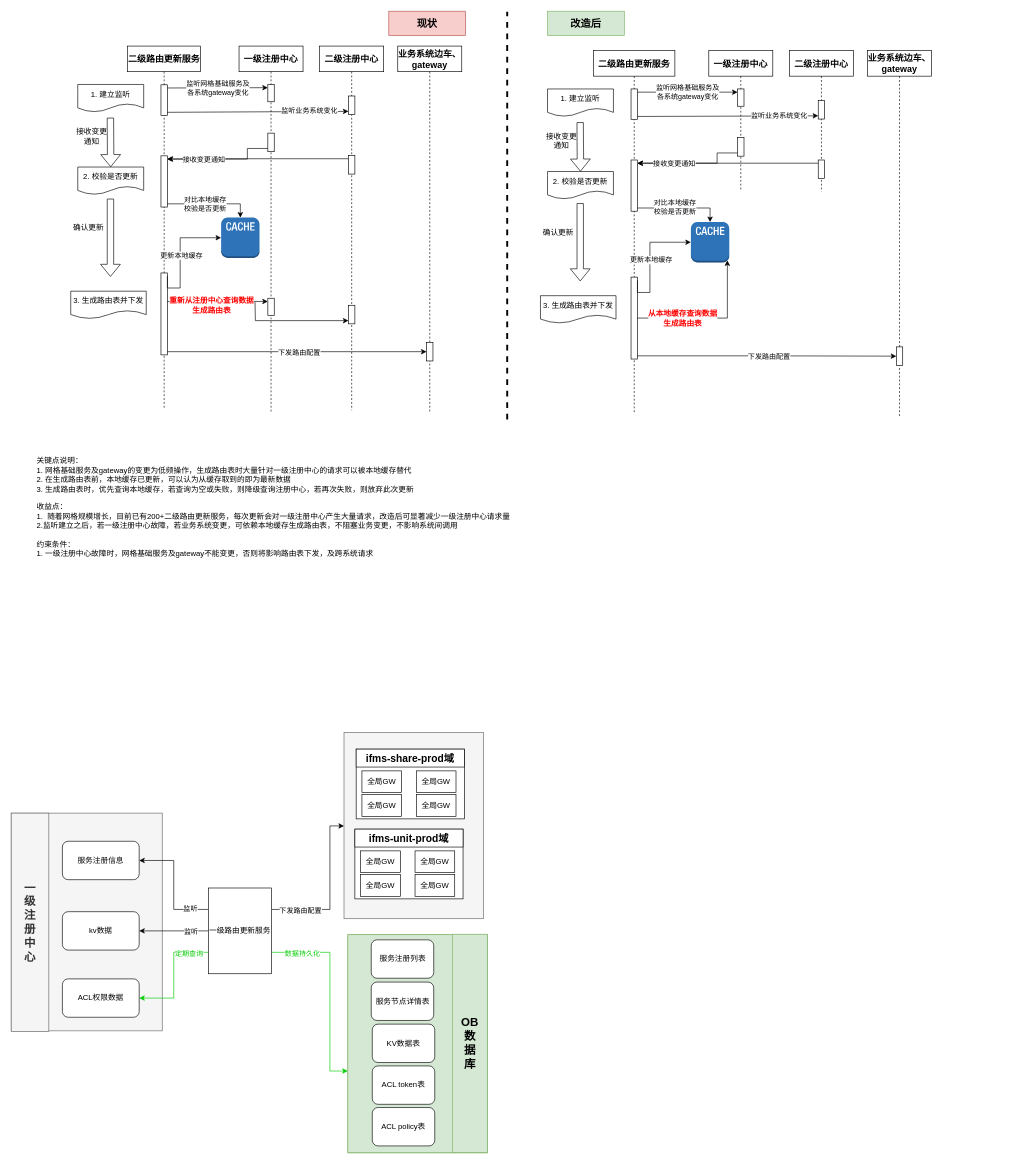
Earlier version of the draw.io diagram 二级xds与中央consul解耦.drawio (pbxnn/draw). Source tidied: cells renumbered, new cells numbered last; positions are measured from the earlier drawing's top-left corner, leaving out a move shared by most shapes. Both pictures are drawn from the tidied source at 64%, with x=0, y=0 at pixel (11, 11).
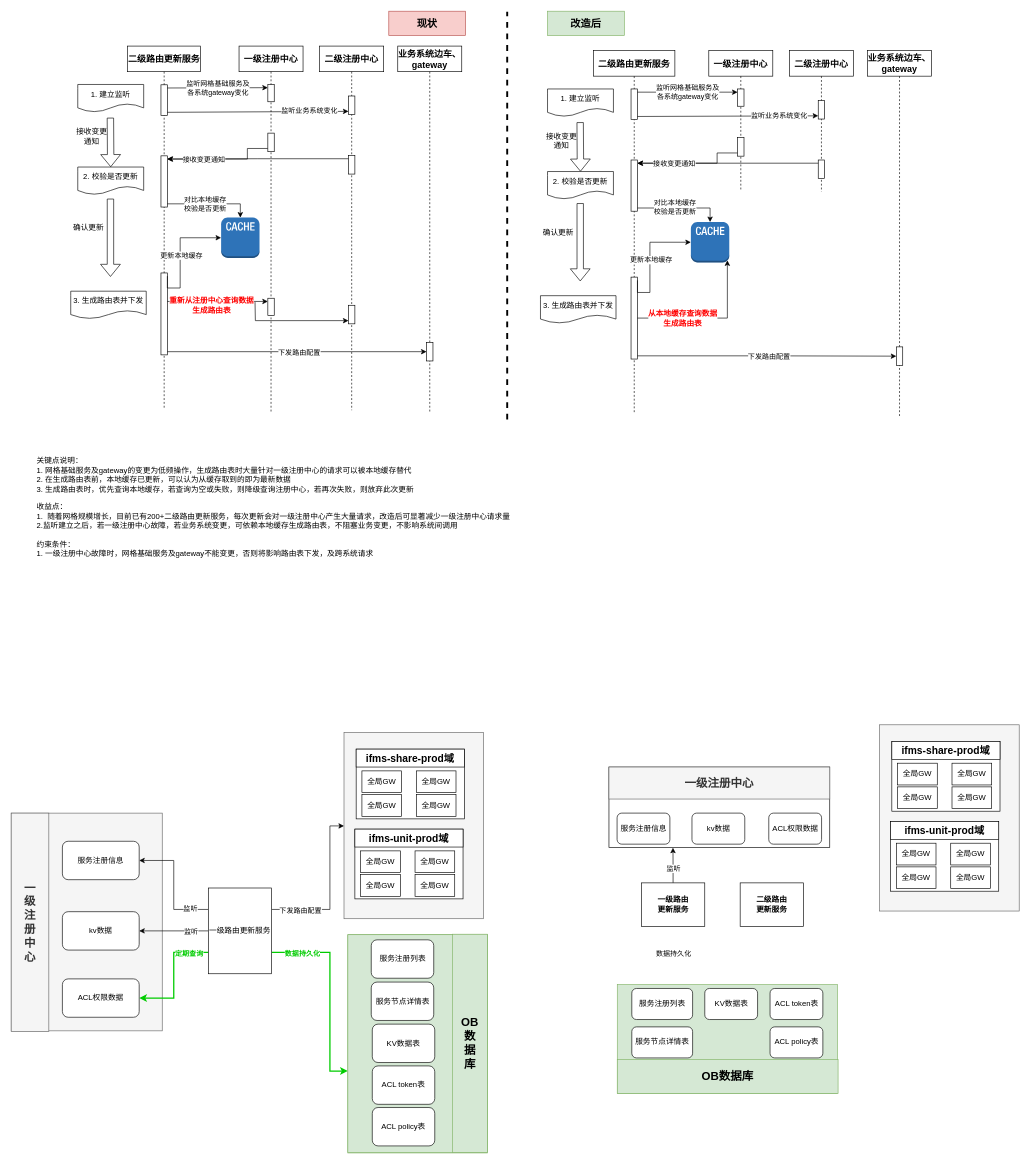
Above is the later version.

Commit message:
更新二级xds与中央consul解耦.drawio

Unchanged cells that the change refers to:
```xml
<mxCell id="8" value="ACL权限数据" style="rounded=1;whiteSpace=wrap;html=1;" parent="3" vertex="1">
  <mxGeometry x="80" y="259" width="120" height="60" as="geometry" />
</mxCell>
<mxCell id="96" value="一级路由更新服务" style="rounded=0;whiteSpace=wrap;html=1;" parent="1" vertex="1">
  <mxGeometry x="308" y="1370" width="99" height="134" as="geometry" />
</mxCell>
<mxCell id="98" style="rounded=0;whiteSpace=wrap;html=1;fillColor=#d5e8d4;strokeColor=#82b366;fontStyle=1;" parent="97" vertex="1">
  <mxGeometry width="218" height="340.2" as="geometry" />
</mxCell>
```

Change to the diagram source:
```diff
@@
+    <mxCell id="117" style="rounded=0;whiteSpace=wrap;html=1;fillColor=#d5e8d4;strokeColor=#82b366;" parent="1" vertex="1">
+      <mxGeometry x="947" y="1521" width="344" height="170" as="geometry" />
+    </mxCell>
+    <mxCell id="118" style="rounded=0;whiteSpace=wrap;html=1;" parent="1" vertex="1">
+      <mxGeometry x="934" y="1181" width="345" height="126" as="geometry" />
+    </mxCell>
@@
-    <mxCell id="90" style="edgeStyle=orthogonalEdgeStyle;rounded=0;jettySize=auto;html=1;exitX=0;exitY=0.75;exitDx=0;exitDy=0;entryX=1;entryY=0.5;entryDx=0;entryDy=0;fillColor=#d5e8d4;strokeColor=#00CC00;" parent="1" edge="1" source="96" target="8">
+    <mxCell id="90" style="edgeStyle=orthogonalEdgeStyle;rounded=0;jettySize=auto;html=1;exitX=0;exitY=0.75;exitDx=0;exitDy=0;entryX=1;entryY=0.5;entryDx=0;entryDy=0;fillColor=#d5e8d4;strokeColor=#00CC00;strokeWidth=2;" parent="1" edge="1" source="96" target="8">
       <mxGeometry relative="1" as="geometry" />
     </mxCell>
-    <mxCell id="91" value="定期查询" style="edgeLabel;html=1;align=center;verticalAlign=middle;fontColor=#00CC00;" parent="90" vertex="1">
+    <mxCell id="91" value="定期查询" style="edgeLabel;html=1;align=center;verticalAlign=middle;fontColor=#00CC00;fontStyle=1;" parent="90" vertex="1">
       <mxGeometry x="-0.66" y="1" relative="1" as="geometry" />
     </mxCell>
@@
-    <mxCell id="94" style="edgeStyle=orthogonalEdgeStyle;rounded=0;jettySize=auto;html=1;exitX=1;exitY=0.75;exitDx=0;exitDy=0;strokeColor=#00CC00;" parent="1" edge="1" source="96" target="98">
+    <mxCell id="94" style="edgeStyle=orthogonalEdgeStyle;rounded=0;jettySize=auto;html=1;exitX=1;exitY=0.75;exitDx=0;exitDy=0;strokeColor=#00CC00;fontStyle=1;strokeWidth=2;" parent="1" edge="1" source="96" target="98">
       <mxGeometry relative="1" as="geometry">
         <Array as="points">
           <mxPoint x="498" y="1471" />
           <mxPoint x="498" y="1656" />
         </Array>
       </mxGeometry>
     </mxCell>
-    <mxCell id="95" value="数据持久化" style="edgeLabel;html=1;align=center;verticalAlign=middle;fontColor=#00CC00;" parent="94" vertex="1">
+    <mxCell id="95" value="数据持久化" style="edgeLabel;html=1;align=center;verticalAlign=middle;fontColor=#00CC00;fontStyle=1;" parent="94" vertex="1">
       <mxGeometry x="-0.69" y="-1" relative="1" as="geometry" />
     </mxCell>
@@
+    <mxCell id="119" style="edgeStyle=orthogonalEdgeStyle;rounded=0;jettySize=auto;html=1;exitX=0.5;exitY=0;exitDx=0;exitDy=0;" parent="1" edge="1" source="123">
+      <mxGeometry relative="1" as="geometry">
+        <mxPoint x="1034" y="1307" as="targetPoint" />
+      </mxGeometry>
+    </mxCell>
+    <mxCell id="120" value="监听" style="edgeLabel;html=1;align=center;verticalAlign=middle;" parent="119" vertex="1">
+      <mxGeometry x="-0.14" relative="1" as="geometry">
+        <mxPoint y="1" as="offset" />
+      </mxGeometry>
+    </mxCell>
+    <mxCell id="121" style="edgeStyle=orthogonalEdgeStyle;rounded=0;jettySize=auto;html=1;exitX=0.5;exitY=1;exitDx=0;exitDy=0;entryX=0.25;entryY=0;entryDx=0;entryDy=0;strokeColor=none;" parent="1" edge="1" source="123" target="117">
+      <mxGeometry relative="1" as="geometry" />
+    </mxCell>
+    <mxCell id="122" value="数据持久化" style="edgeLabel;html=1;align=center;verticalAlign=middle;" parent="121" vertex="1">
+      <mxGeometry x="-0.09" relative="1" as="geometry" />
+    </mxCell>
+    <mxCell id="123" value="一级路由&lt;div&gt;更新服务&lt;/div&gt;" style="rounded=0;whiteSpace=wrap;html=1;fontStyle=1;" parent="1" vertex="1">
+      <mxGeometry x="984.7" y="1362" width="99" height="68" as="geometry" />
+    </mxCell>
+    <mxCell id="124" value="二级路由&lt;div&gt;更新服务&lt;/div&gt;" style="rounded=0;whiteSpace=wrap;html=1;fontStyle=1;" parent="1" vertex="1">
+      <mxGeometry x="1139" y="1362" width="99" height="68" as="geometry" />
+    </mxCell>
+    <mxCell id="125" style="rounded=0;whiteSpace=wrap;html=1;fillColor=#f5f5f5;fontColor=#333333;strokeColor=#666666;" parent="1" vertex="1">
+      <mxGeometry x="1357" y="1115" width="218" height="291" as="geometry" />
+    </mxCell>
+    <mxCell id="126" style="rounded=0;whiteSpace=wrap;html=1;" parent="1" vertex="1">
+      <mxGeometry x="1376" y="1141" width="169" height="109" as="geometry" />
+    </mxCell>
+    <mxCell id="127" value="ifms-share-prod域" style="rounded=0;whiteSpace=wrap;html=1;fontStyle=1;fontSize=16;" parent="1" vertex="1">
+      <mxGeometry x="1376" y="1141" width="169" height="28" as="geometry" />
+    </mxCell>
+    <mxCell id="128" value="全局GW" style="rounded=0;whiteSpace=wrap;html=1;" parent="1" vertex="1">
+      <mxGeometry x="1385" y="1175" width="62" height="34" as="geometry" />
+    </mxCell>
+    <mxCell id="129" value="全局GW" style="rounded=0;whiteSpace=wrap;html=1;" parent="1" vertex="1">
+      <mxGeometry x="1470" y="1175" width="62" height="34" as="geometry" />
+    </mxCell>
+    <mxCell id="130" value="全局GW" style="rounded=0;whiteSpace=wrap;html=1;" parent="1" vertex="1">
+      <mxGeometry x="1385" y="1212" width="62" height="34" as="geometry" />
+    </mxCell>
+    <mxCell id="131" value="全局GW" style="rounded=0;whiteSpace=wrap;html=1;" parent="1" vertex="1">
+      <mxGeometry x="1470" y="1212" width="62" height="34" as="geometry" />
+    </mxCell>
+    <mxCell id="132" style="rounded=0;whiteSpace=wrap;html=1;" parent="1" vertex="1">
+      <mxGeometry x="1374" y="1266" width="169" height="109" as="geometry" />
+    </mxCell>
+    <mxCell id="133" value="ifms-unit-prod域" style="rounded=0;whiteSpace=wrap;html=1;fontStyle=1;fontSize=16;" parent="1" vertex="1">
+      <mxGeometry x="1374" y="1266" width="169" height="28" as="geometry" />
+    </mxCell>
+    <mxCell id="134" value="全局GW" style="rounded=0;whiteSpace=wrap;html=1;" parent="1" vertex="1">
+      <mxGeometry x="1383" y="1300" width="62" height="34" as="geometry" />
+    </mxCell>
+    <mxCell id="135" value="全局GW" style="rounded=0;whiteSpace=wrap;html=1;" parent="1" vertex="1">
+      <mxGeometry x="1468" y="1300" width="62" height="34" as="geometry" />
+    </mxCell>
+    <mxCell id="136" value="全局GW" style="rounded=0;whiteSpace=wrap;html=1;" parent="1" vertex="1">
+      <mxGeometry x="1383" y="1337" width="62" height="34" as="geometry" />
+    </mxCell>
+    <mxCell id="137" value="全局GW" style="rounded=0;whiteSpace=wrap;html=1;" parent="1" vertex="1">
+      <mxGeometry x="1468" y="1337" width="62" height="34" as="geometry" />
+    </mxCell>
+    <mxCell id="138" style="group;" parent="1" vertex="1">
+      <mxGeometry x="934" y="1181" width="345" height="130.7" as="geometry" />
+    </mxCell>
+    <mxCell id="139" value="一级注册中心" style="rounded=0;whiteSpace=wrap;html=1;fillColor=#f5f5f5;fontColor=#333333;strokeColor=#666666;fontStyle=1;fontSize=18;" parent="138" vertex="1">
+      <mxGeometry width="345" height="50" as="geometry" />
+    </mxCell>
+    <mxCell id="140" value="服务注册信息" style="rounded=1;whiteSpace=wrap;html=1;" parent="1" vertex="1">
+      <mxGeometry x="946.7" y="1253" width="82.5" height="48.5" as="geometry" />
+    </mxCell>
+    <mxCell id="141" value="kv数据" style="rounded=1;whiteSpace=wrap;html=1;" parent="1" vertex="1">
+      <mxGeometry x="1063.7" y="1253" width="82.5" height="48.5" as="geometry" />
+    </mxCell>
+    <mxCell id="142" value="ACL权限数据" style="rounded=1;whiteSpace=wrap;html=1;" parent="1" vertex="1">
+      <mxGeometry x="1183.7" y="1253" width="82.5" height="48.5" as="geometry" />
+    </mxCell>
+    <mxCell id="143" value="服务注册列表" style="rounded=1;whiteSpace=wrap;html=1;" parent="1" vertex="1">
+      <mxGeometry x="969.7" y="1527" width="95" height="48.5" as="geometry" />
+    </mxCell>
+    <mxCell id="144" value="服务节点详情表" style="rounded=1;whiteSpace=wrap;html=1;" parent="1" vertex="1">
+      <mxGeometry x="969.7" y="1587" width="95" height="48.5" as="geometry" />
+    </mxCell>
+    <mxCell id="145" value="KV数据表" style="rounded=1;whiteSpace=wrap;html=1;" parent="1" vertex="1">
+      <mxGeometry x="1083.7" y="1527" width="82.5" height="48.5" as="geometry" />
+    </mxCell>
+    <mxCell id="146" value="ACL token表" style="rounded=1;whiteSpace=wrap;html=1;" parent="1" vertex="1">
+      <mxGeometry x="1185.7" y="1527" width="82.5" height="48.5" as="geometry" />
+    </mxCell>
+    <mxCell id="147" value="ACL policy表" style="rounded=1;whiteSpace=wrap;html=1;" parent="1" vertex="1">
+      <mxGeometry x="1185.7" y="1587" width="82.5" height="48.5" as="geometry" />
+    </mxCell>
+    <mxCell id="148" value="OB数据库" style="rounded=0;whiteSpace=wrap;html=1;fillColor=#d5e8d4;strokeColor=#82b366;fontStyle=1;fontSize=18;" parent="1" vertex="1">
+      <mxGeometry x="947" y="1638" width="345" height="53" as="geometry" />
+    </mxCell>
```
